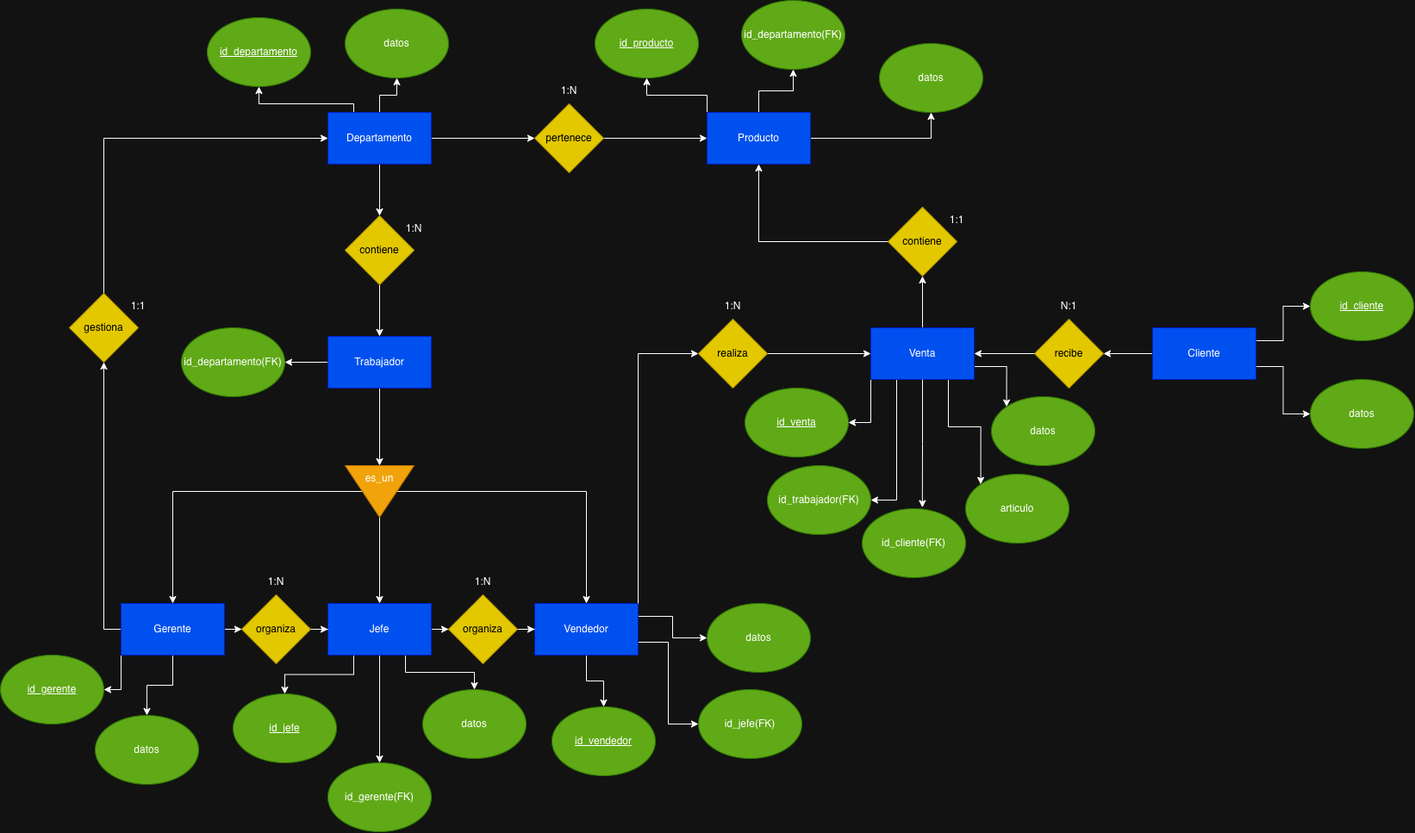
Above: Bases de Datos/ER 22 noviembre/Diagrama1.5_ventas.drawio.png in luzmariaalvarez/1DAW (draw.io), before the change. Source tidied: cells renumbered, new cells last; positions are measured from the earlier drawing's top-left corner, leaving out a move shared by most shapes.
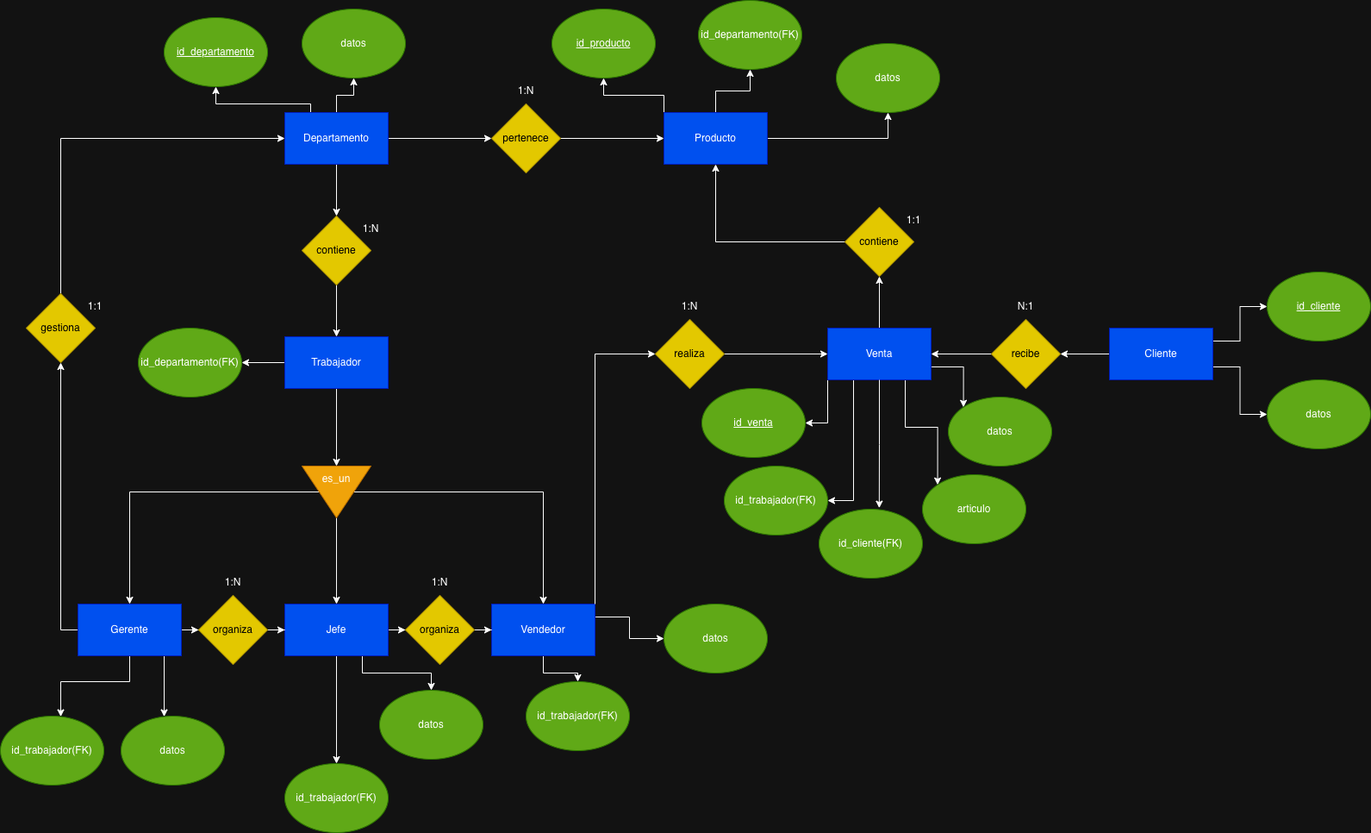
Later version of the same file.

Diff of the diagram source:
```diff
@@ -2,24 +2,18 @@
   <root>
     <mxCell id="0" />
     <mxCell id="1" parent="0" />
-    <mxCell id="2" style="edgeStyle=orthogonalEdgeStyle;rounded=0;jettySize=auto;html=1;exitX=0.5;exitY=1;exitDx=0;exitDy=0;entryX=0.5;entryY=0;entryDx=0;entryDy=0;" parent="1" edge="1" source="5" target="73">
-      <mxGeometry relative="1" as="geometry" />
-    </mxCell>
-    <mxCell id="3" style="edgeStyle=orthogonalEdgeStyle;rounded=0;jettySize=auto;html=1;exitX=1;exitY=0.75;exitDx=0;exitDy=0;entryX=0;entryY=0.5;entryDx=0;entryDy=0;" parent="1" edge="1" source="5" target="74">
-      <mxGeometry relative="1" as="geometry" />
-    </mxCell>
     <mxCell id="4" style="edgeStyle=orthogonalEdgeStyle;rounded=0;jettySize=auto;html=1;exitX=1;exitY=0.25;exitDx=0;exitDy=0;entryX=0;entryY=0.5;entryDx=0;entryDy=0;" parent="1" edge="1" source="5" target="75">
       <mxGeometry relative="1" as="geometry" />
     </mxCell>
+    <mxCell id="90" style="edgeStyle=orthogonalEdgeStyle;rounded=0;jettySize=auto;html=1;" parent="1" edge="1" source="5" target="92">
+      <mxGeometry relative="1" as="geometry" />
+    </mxCell>
     <mxCell id="5" value="Vendedor" style="rounded=0;whiteSpace=wrap;html=1;fillColor=#0050ef;strokeColor=#001DBC;fontColor=#ffffff;" parent="1" vertex="1">
       <mxGeometry x="620" y="700" width="120" height="60" as="geometry" />
     </mxCell>
     <mxCell id="6" style="edgeStyle=orthogonalEdgeStyle;rounded=0;jettySize=auto;html=1;" parent="1" edge="1" source="10" target="55">
       <mxGeometry relative="1" as="geometry" />
     </mxCell>
-    <mxCell id="7" style="edgeStyle=orthogonalEdgeStyle;rounded=0;jettySize=auto;html=1;exitX=0.25;exitY=1;exitDx=0;exitDy=0;" parent="1" edge="1" source="10" target="70">
-      <mxGeometry relative="1" as="geometry" />
-    </mxCell>
     <mxCell id="8" style="edgeStyle=orthogonalEdgeStyle;rounded=0;jettySize=auto;html=1;exitX=0.5;exitY=1;exitDx=0;exitDy=0;entryX=0.5;entryY=0;entryDx=0;entryDy=0;" parent="1" edge="1" source="10" target="71">
       <mxGeometry relative="1" as="geometry" />
     </mxCell>
@@ -35,12 +29,21 @@
     <mxCell id="12" style="edgeStyle=orthogonalEdgeStyle;rounded=0;jettySize=auto;html=1;" parent="1" edge="1" source="15" target="53">
       <mxGeometry relative="1" as="geometry" />
     </mxCell>
-    <mxCell id="13" style="edgeStyle=orthogonalEdgeStyle;rounded=0;jettySize=auto;html=1;exitX=0;exitY=1;exitDx=0;exitDy=0;" parent="1" edge="1" source="15" target="68">
-      <mxGeometry relative="1" as="geometry" />
-    </mxCell>
     <mxCell id="14" style="edgeStyle=orthogonalEdgeStyle;rounded=0;jettySize=auto;html=1;exitX=0.5;exitY=1;exitDx=0;exitDy=0;" parent="1" edge="1" source="15" target="69">
-      <mxGeometry relative="1" as="geometry" />
+      <mxGeometry relative="1" as="geometry">
+        <Array as="points">
+          <mxPoint x="240" y="760" />
+        </Array>
+      </mxGeometry>
     </mxCell>
+    <mxCell id="91" style="edgeStyle=orthogonalEdgeStyle;rounded=0;jettySize=auto;html=1;" parent="1" edge="1" source="15" target="93">
+      <mxGeometry relative="1" as="geometry">
+        <Array as="points">
+          <mxPoint x="200" y="790" />
+          <mxPoint x="120" y="790" />
+        </Array>
+      </mxGeometry>
+    </mxCell>
     <mxCell id="15" value="Gerente" style="rounded=0;whiteSpace=wrap;html=1;fillColor=#0050ef;strokeColor=#001DBC;fontColor=#ffffff;" parent="1" vertex="1">
       <mxGeometry x="140" y="700" width="120" height="60" as="geometry" />
     </mxCell>
@@ -205,27 +208,15 @@
     <mxCell id="67" value="1:1" style="text;html=1;whiteSpace=wrap;strokeColor=none;fillColor=none;align=center;verticalAlign=middle;rounded=0;" parent="1" vertex="1">
       <mxGeometry x="1080" y="240" width="60" height="30" as="geometry" />
     </mxCell>
-    <mxCell id="68" value="&lt;u&gt;id_gerente&lt;/u&gt;" style="ellipse;whiteSpace=wrap;html=1;fillColor=#60a917;strokeColor=#2D7600;fontColor=#ffffff;" parent="1" vertex="1">
-      <mxGeometry y="760" width="120" height="80" as="geometry" />
-    </mxCell>
     <mxCell id="69" value="datos" style="ellipse;whiteSpace=wrap;html=1;fillColor=#60a917;strokeColor=#2D7600;fontColor=#ffffff;" parent="1" vertex="1">
-      <mxGeometry x="110" y="830" width="120" height="80" as="geometry" />
+      <mxGeometry x="190" y="830" width="120" height="80" as="geometry" />
     </mxCell>
-    <mxCell id="70" value="&lt;u&gt;id_jefe&lt;/u&gt;" style="ellipse;whiteSpace=wrap;html=1;fillColor=#60a917;strokeColor=#2D7600;fontColor=#ffffff;" parent="1" vertex="1">
-      <mxGeometry x="270" y="805" width="120" height="80" as="geometry" />
-    </mxCell>
-    <mxCell id="71" value="id_gerente(FK)" style="ellipse;whiteSpace=wrap;html=1;fillColor=#60a917;strokeColor=#2D7600;fontColor=#ffffff;" parent="1" vertex="1">
+    <mxCell id="71" value="id_trabajador(FK)" style="ellipse;whiteSpace=wrap;html=1;fillColor=#60a917;strokeColor=#2D7600;fontColor=#ffffff;" parent="1" vertex="1">
       <mxGeometry x="380" y="885" width="120" height="80" as="geometry" />
     </mxCell>
     <mxCell id="72" value="datos" style="ellipse;whiteSpace=wrap;html=1;fillColor=#60a917;strokeColor=#2D7600;fontColor=#ffffff;" parent="1" vertex="1">
       <mxGeometry x="490" y="800" width="120" height="80" as="geometry" />
     </mxCell>
-    <mxCell id="73" value="&lt;u&gt;id_vendedor&lt;/u&gt;" style="ellipse;whiteSpace=wrap;html=1;fillColor=#60a917;strokeColor=#2D7600;fontColor=#ffffff;" parent="1" vertex="1">
-      <mxGeometry x="640" y="820" width="120" height="80" as="geometry" />
-    </mxCell>
-    <mxCell id="74" value="id_jefe(FK)" style="ellipse;whiteSpace=wrap;html=1;fillColor=#60a917;strokeColor=#2D7600;fontColor=#ffffff;" parent="1" vertex="1">
-      <mxGeometry x="810" y="800" width="120" height="80" as="geometry" />
-    </mxCell>
     <mxCell id="75" value="datos" style="ellipse;whiteSpace=wrap;html=1;fillColor=#60a917;strokeColor=#2D7600;fontColor=#ffffff;" parent="1" vertex="1">
       <mxGeometry x="820" y="700" width="120" height="80" as="geometry" />
     </mxCell>
@@ -271,5 +262,11 @@
     <mxCell id="89" value="id_departamento(FK)" style="ellipse;whiteSpace=wrap;html=1;fillColor=#60a917;strokeColor=#2D7600;fontColor=#ffffff;" parent="1" vertex="1">
       <mxGeometry x="210" y="380" width="120" height="80" as="geometry" />
     </mxCell>
+    <mxCell id="92" value="id_trabajador(FK)" style="ellipse;whiteSpace=wrap;html=1;fillColor=#60a917;strokeColor=#2D7600;fontColor=#ffffff;" parent="1" vertex="1">
+      <mxGeometry x="660" y="790" width="120" height="80" as="geometry" />
+    </mxCell>
+    <mxCell id="93" value="id_trabajador(FK)" style="ellipse;whiteSpace=wrap;html=1;fillColor=#60a917;strokeColor=#2D7600;fontColor=#ffffff;" parent="1" vertex="1">
+      <mxGeometry x="50" y="830" width="120" height="80" as="geometry" />
+    </mxCell>
   </root>
 </mxGraphModel>
```
